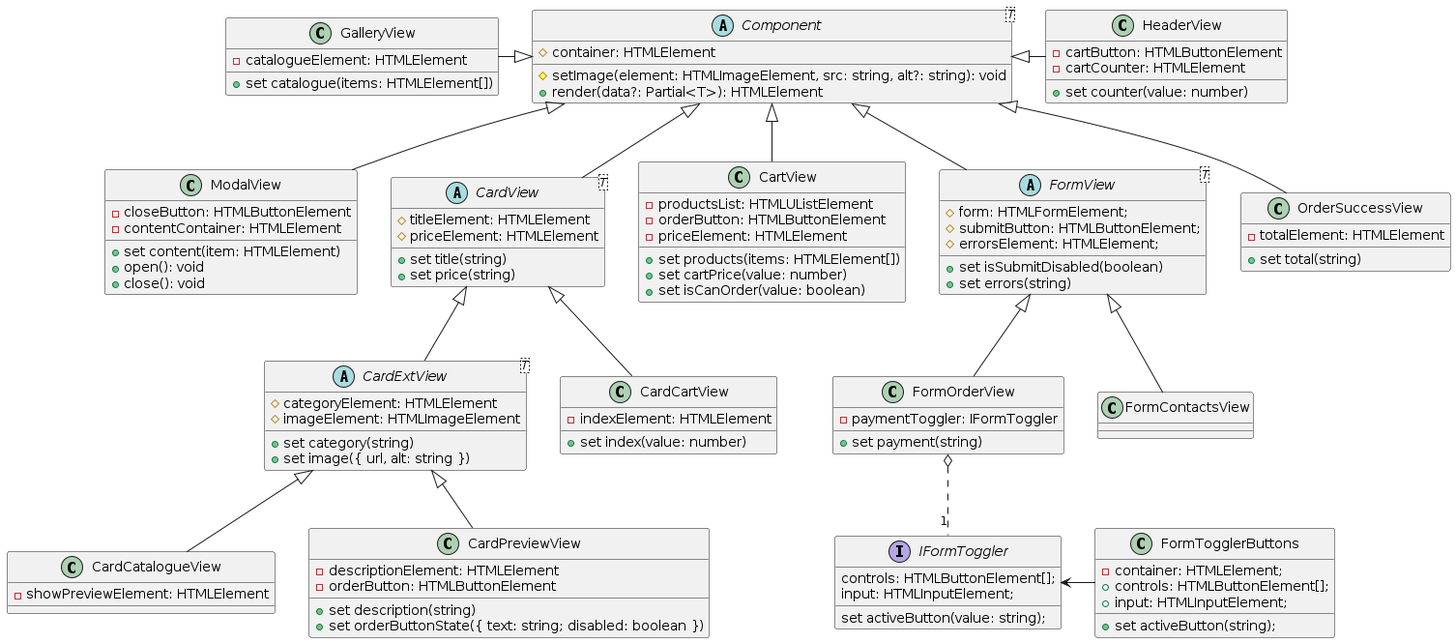
This is ViewClassesDiagram.png from Mishbazian/weblarek, a PlantUML export, as it was before one commit.
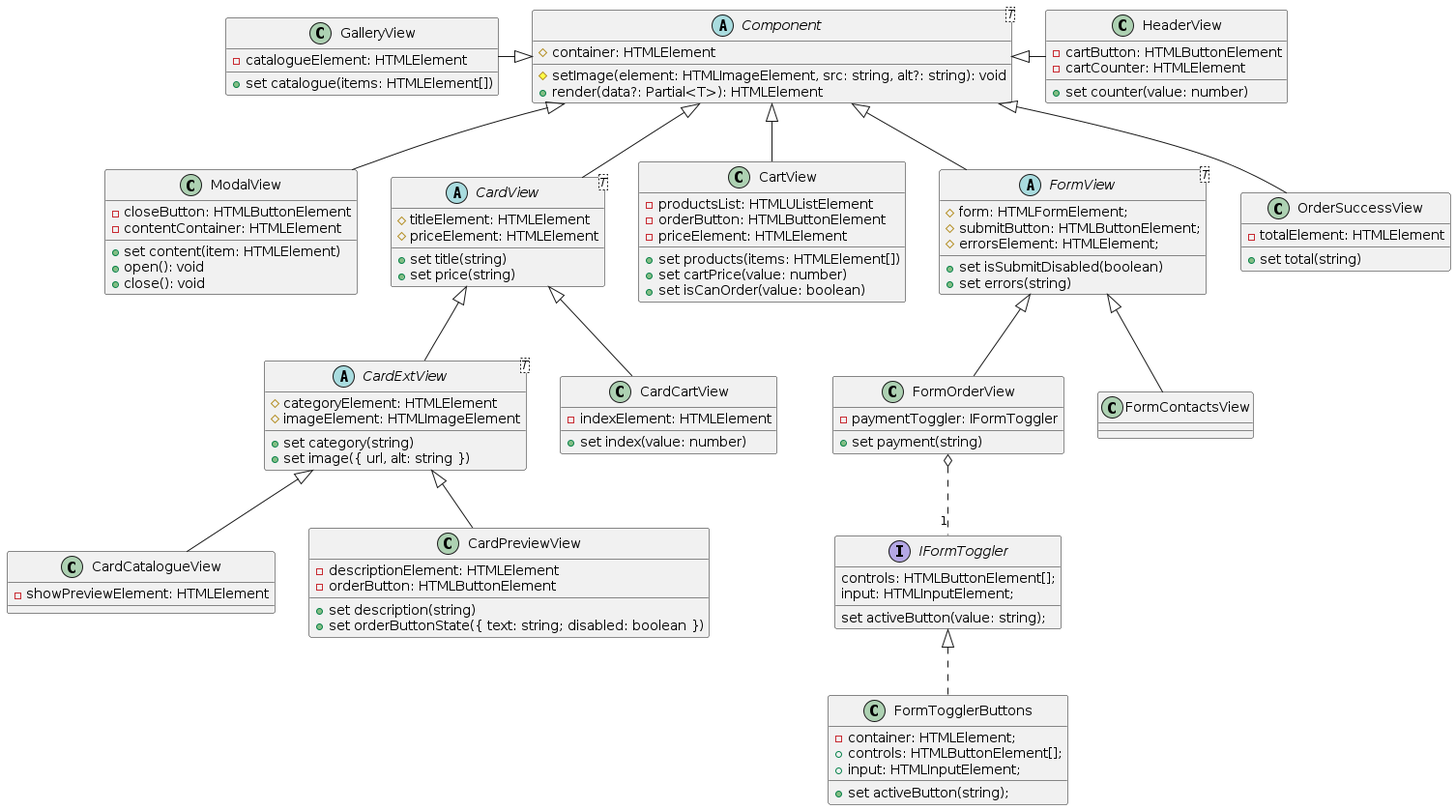
Later version of the same file.

Commit message:
docs(uml) update ViewClassesDiagram

What changed in the source:
```diff
@@ -70,14 +70,6 @@
 }
 
 
-
-
-
-
-
-
-
-
 class CartView extends Component {
   -productsList: HTMLUListElement
   -orderButton: HTMLButtonElement
@@ -88,7 +80,7 @@
 }
 
 
-class FormTogglerButtons {
+class FormTogglerButtons implements IFormToggler{
   -container: HTMLElement;
   +controls: HTMLButtonElement[];
   +input: HTMLInputElement;
@@ -101,7 +93,6 @@
   set activeButton(value: string);
 }
 
-FormTogglerButtons -left-> IFormToggler
 
 
 abstract class FormView<T> extends Component {
```
